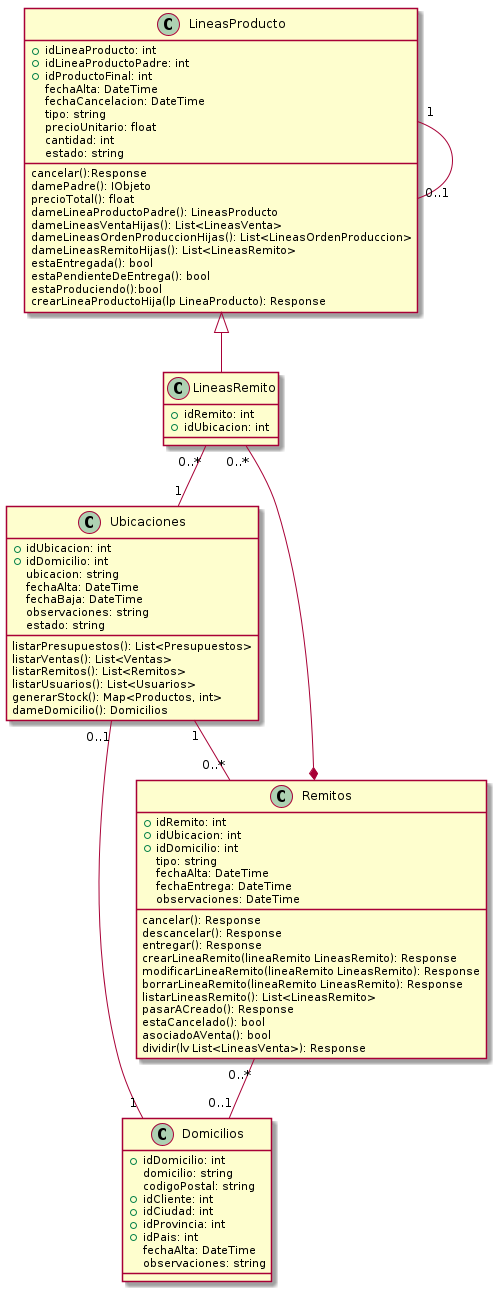
Earlier version of the PlantUML export Informe Final/Imagenes/DiagramaClases/Vistas/vistaEntregas.png (ZMGestion/DocumentacionZMGestion).
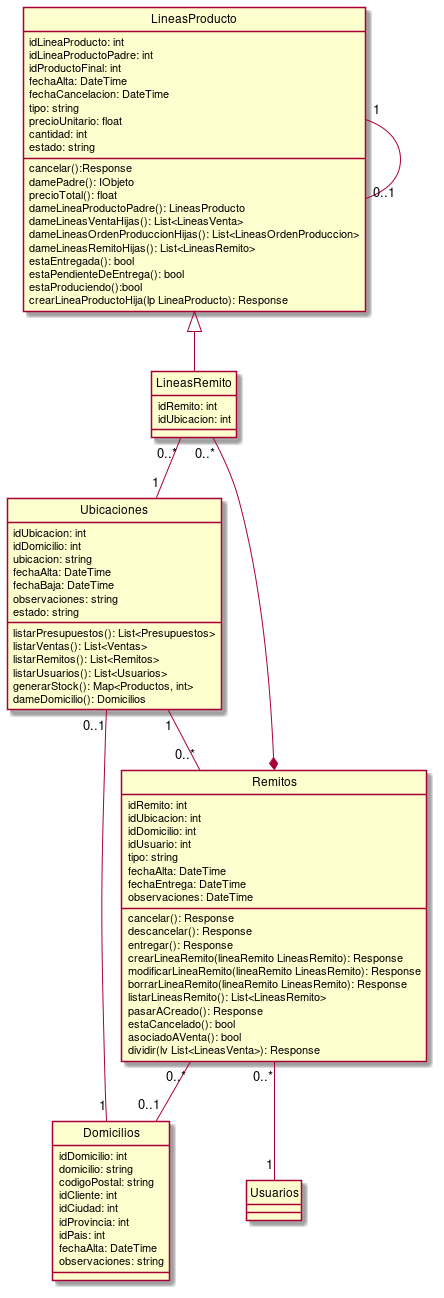
After the commit.

Change to the diagram source:
```diff
@@ -1,83 +1,9 @@
 @startuml vistaEntregas
-class Ubicaciones{
-    +idUbicacion: int
-    +idDomicilio: int
-    ubicacion: string
-    fechaAlta: DateTime
-    fechaBaja: DateTime
-    observaciones: string
-    estado: string
-
-    listarPresupuestos(): List<Presupuestos>
-    listarVentas(): List<Ventas>
-    listarRemitos(): List<Remitos>
-    listarUsuarios(): List<Usuarios>
-    generarStock(): Map<Productos, int>
-    dameDomicilio(): Domicilios
-}
-class Domicilios{
-    +idDomicilio: int
-    domicilio: string
-    codigoPostal: string
-    +idCliente: int
-    +idCiudad: int
-    +idProvincia: int
-    +idPais: int
-    fechaAlta: DateTime
-    observaciones: string
-
-
-}
-class LineasProducto{
-    +idLineaProducto: int
-    +idLineaProductoPadre: int
-    +idProductoFinal: int
-    fechaAlta: DateTime
-    fechaCancelacion: DateTime
-    tipo: string
-    precioUnitario: float
-    cantidad: int
-    estado: string
-
-
-    cancelar():Response
-    damePadre(): IObjeto
-    precioTotal(): float
-    dameLineaProductoPadre(): LineasProducto
-    dameLineasVentaHijas(): List<LineasVenta>
-    dameLineasOrdenProduccionHijas(): List<LineasOrdenProduccion>
-    dameLineasRemitoHijas(): List<LineasRemito>
-    estaEntregada(): bool
-    estaPendienteDeEntrega(): bool
-    estaProduciendo():bool
-    crearLineaProductoHija(lp LineaProducto): Response
-}
-class LineasRemito{
-    +idRemito: int
-    +idUbicacion: int
-
-}
-class Remitos{
-    +idRemito: int
-    +idUbicacion: int
-    +idDomicilio: int
-    tipo: string
-    fechaAlta: DateTime
-    fechaEntrega: DateTime
-    observaciones: DateTime
-
-    cancelar(): Response
-    descancelar(): Response
-    entregar(): Response
-    crearLineaRemito(lineaRemito LineasRemito): Response
-    modificarLineaRemito(lineaRemito LineasRemito): Response
-    borrarLineaRemito(lineaRemito LineasRemito): Response
-    listarLineasRemito(): List<LineasRemito>
-    pasarACreado(): Response
-    estaCancelado(): bool
-    asociadoAVenta(): bool
-    dividir(lv List<LineasVenta>): Response
-}
+!include ./Clases/Ubicaciones.puml
+!include ./Clases/Domicilios.puml
+!include ./Clases/LineasProducto.puml
+!include ./Clases/LineasRemito.puml
+!include ./Clases/Remitos.puml
 
 LineasProducto "1" -- "0..1" LineasProducto
 LineasProducto <|-- LineasRemito
@@ -86,4 +12,5 @@
 Ubicaciones "0..1"--"1" Domicilios
 Remitos "0..*"--"0..1" Domicilios
 Ubicaciones "1"--"0..*" Remitos
+Remitos "0..*" -- "1" Usuarios
 @enduml
```
